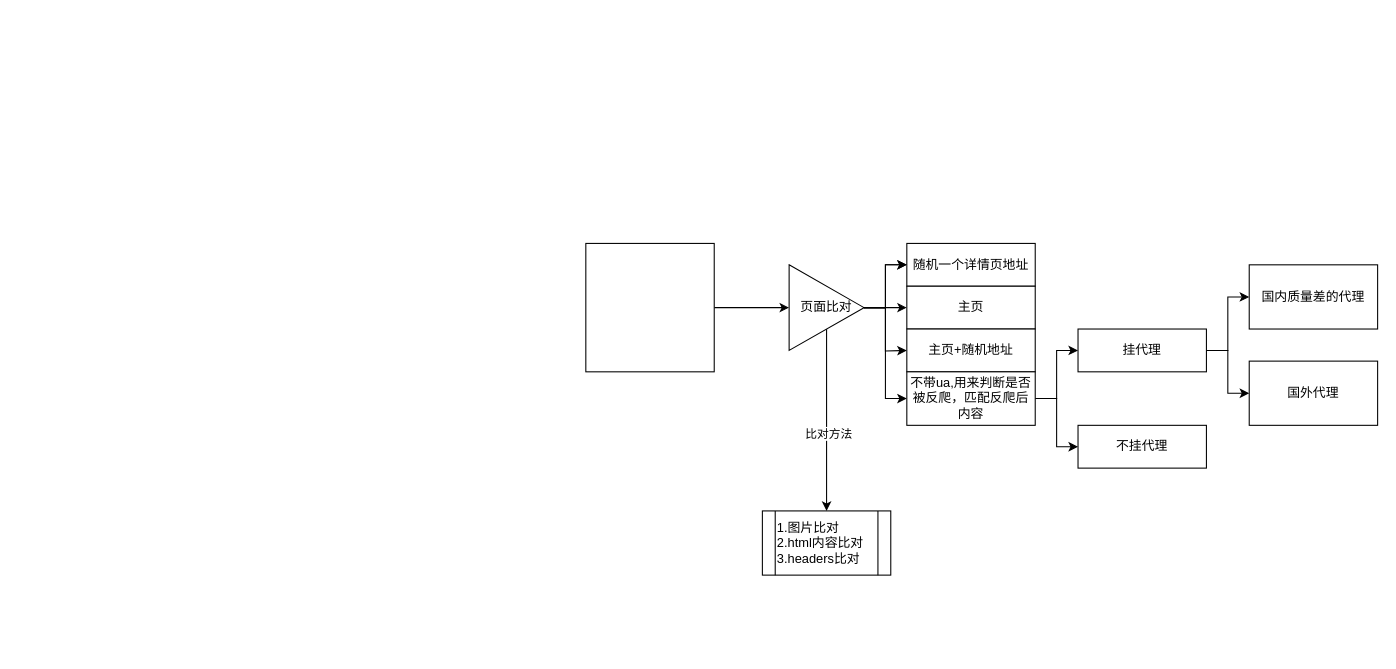
Before: is_dead.drawio in MapleJourney/diagram, a draw.io diagram. Source tidied: cells renumbered, new cells numbered last; positions are measured from the earlier drawing's top-left corner, leaving out a move shared by most shapes. Both pictures are drawn from the tidied source at 107%, with x=0, y=0 at pixel (585, 243).
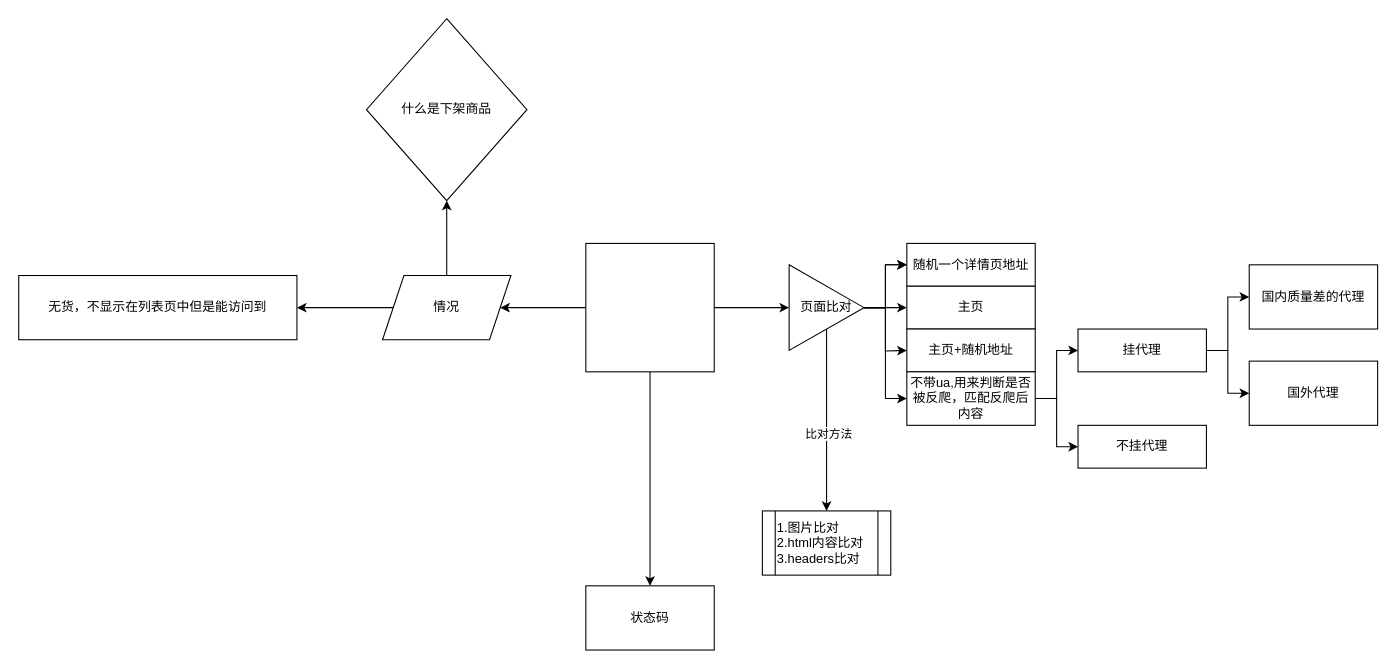
Above is the later version.

The change refers to these unchanged cells:
```xml
<mxCell id="3" style="rounded=0;whiteSpace=wrap;html=1;" parent="1" vertex="1">
  <mxGeometry width="120" height="120" as="geometry" />
</mxCell>
```

Diff of the diagram source:
```diff
@@
+    <mxCell id="25" style="edgeStyle=orthogonalEdgeStyle;rounded=0;jettySize=auto;html=1;" parent="1" edge="1" source="3">
+      <mxGeometry relative="1" as="geometry">
+        <mxPoint x="60" y="320" as="targetPoint" />
+      </mxGeometry>
+    </mxCell>
+    <mxCell id="26" style="edgeStyle=orthogonalEdgeStyle;rounded=0;jettySize=auto;html=1;" parent="1" edge="1" source="3">
+      <mxGeometry relative="1" as="geometry">
+        <mxPoint x="-80" y="60" as="targetPoint" />
+      </mxGeometry>
+    </mxCell>
@@
+    <mxCell id="27" value="状态码" style="rounded=0;whiteSpace=wrap;html=1;" parent="1" vertex="1">
+      <mxGeometry y="320" width="120" height="60" as="geometry" />
+    </mxCell>
+    <mxCell id="28" style="edgeStyle=orthogonalEdgeStyle;rounded=0;jettySize=auto;html=1;" parent="1" edge="1" source="30" target="31">
+      <mxGeometry relative="1" as="geometry" />
+    </mxCell>
+    <mxCell id="29" style="edgeStyle=orthogonalEdgeStyle;rounded=0;jettySize=auto;html=1;" parent="1" edge="1" source="30" target="32">
+      <mxGeometry relative="1" as="geometry" />
+    </mxCell>
+    <mxCell id="30" value="情况" style="shape=parallelogram;perimeter=parallelogramPerimeter;whiteSpace=wrap;html=1;fixedSize=1;" parent="1" vertex="1">
+      <mxGeometry x="-190" y="30" width="120" height="60" as="geometry" />
+    </mxCell>
+    <mxCell id="31" value="无货，不显示在列表页中但是能访问到" style="whiteSpace=wrap;html=1;" parent="1" vertex="1">
+      <mxGeometry x="-530" y="30" width="260" height="60" as="geometry" />
+    </mxCell>
+    <mxCell id="32" value="什么是下架商品" style="rhombus;whiteSpace=wrap;html=1;" parent="1" vertex="1">
+      <mxGeometry x="-205" y="-210" width="150" height="170" as="geometry" />
+    </mxCell>
```
